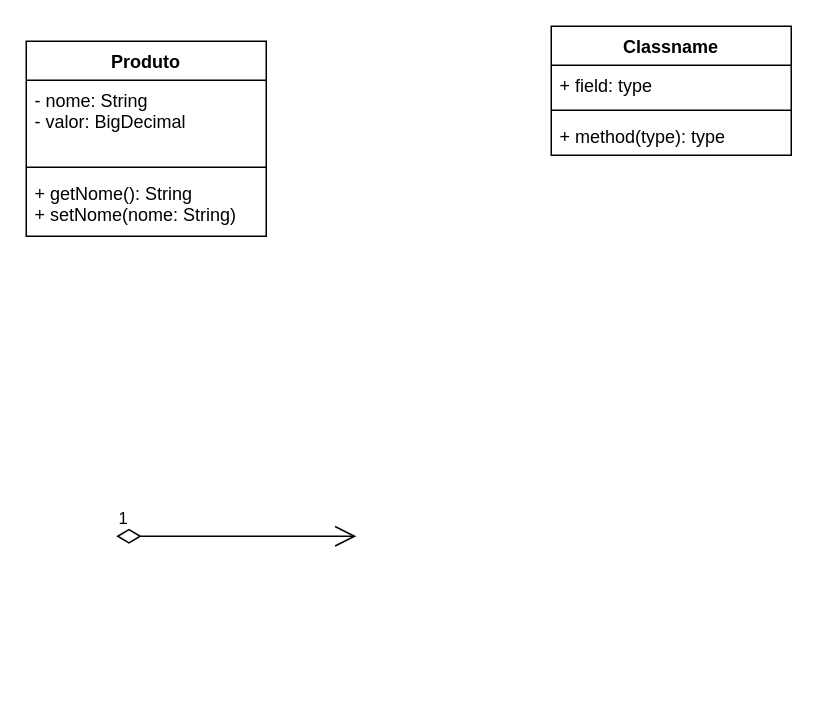
Earlier version of the draw.io diagram 20231218/exemploUML.drawio (prof-rodrigor/aps2023.2). Source tidied: cells renumbered, new cells numbered last; positions are measured from the earlier drawing's top-left corner, leaving out a move shared by most shapes. Both pictures are drawn from the tidied source at 150%, with x=0, y=0 at pixel (26, 26).
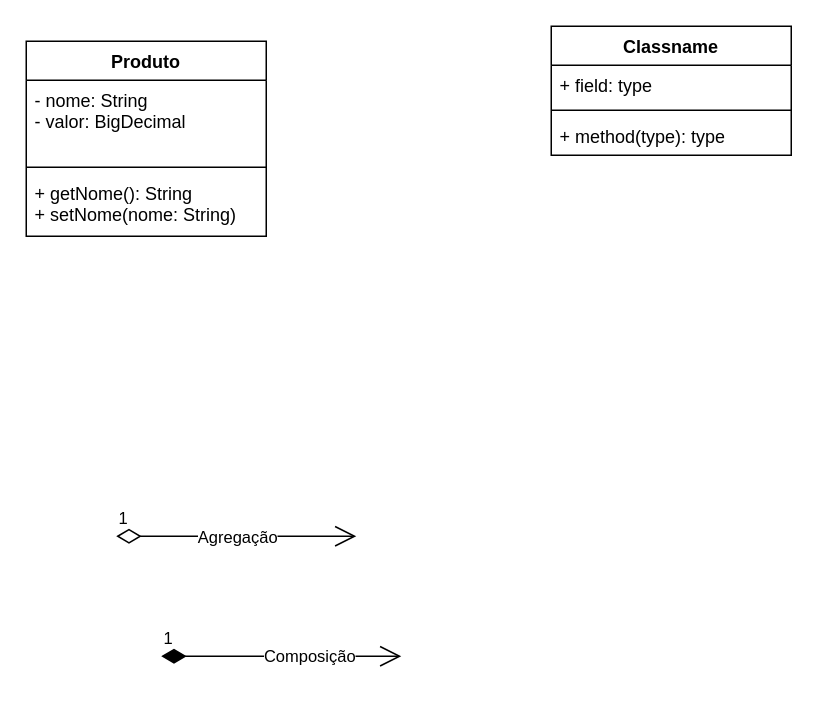
The same page after the edit.

Commit message (it also covers changes not shown here):
vault backup: 2023-12-18 08:55:57

What changed in the source:
```diff
@@
 <mxGraphModel>
   <root>
     <mxCell id="0" />
     <mxCell id="1" parent="0" />
     <mxCell id="2" value="Produto" style="swimlane;fontStyle=1;align=center;verticalAlign=top;horizontal=1;startSize=26;whiteSpace=wrap;html=1;" parent="1" vertex="1">
       <mxGeometry y="10" width="160" height="130" as="geometry" />
     </mxCell>
     <mxCell id="3" value="- nome: String&lt;br&gt;- valor: BigDecimal" style="text;strokeColor=none;fillColor=none;align=left;verticalAlign=top;spacingLeft=4;spacingRight=4;overflow=hidden;whiteSpace=wrap;html=1;" parent="2" vertex="1">
       <mxGeometry y="26" width="160" height="54" as="geometry" />
     </mxCell>
     <mxCell id="4" style="line;strokeWidth=1;fillColor=none;align=left;verticalAlign=middle;spacingTop=-1;spacingLeft=3;spacingRight=3;labelPosition=right;strokeColor=inherit;" parent="2" vertex="1">
       <mxGeometry y="80" width="160" height="8" as="geometry" />
     </mxCell>
     <mxCell id="5" value="+ getNome(): String&lt;br&gt;+ setNome(nome: String)" style="text;strokeColor=none;fillColor=none;align=left;verticalAlign=top;spacingLeft=4;spacingRight=4;overflow=hidden;whiteSpace=wrap;html=1;" parent="2" vertex="1">
       <mxGeometry y="88" width="160" height="42" as="geometry" />
     </mxCell>
     <mxCell id="6" value="Classname" style="swimlane;fontStyle=1;align=center;verticalAlign=top;horizontal=1;startSize=26;whiteSpace=wrap;html=1;" parent="1" vertex="1">
       <mxGeometry x="350" width="160" height="86" as="geometry" />
     </mxCell>
     <mxCell id="7" value="+ field: type" style="text;strokeColor=none;fillColor=none;align=left;verticalAlign=top;spacingLeft=4;spacingRight=4;overflow=hidden;whiteSpace=wrap;html=1;" parent="6" vertex="1">
       <mxGeometry y="26" width="160" height="26" as="geometry" />
     </mxCell>
     <mxCell id="8" style="line;strokeWidth=1;fillColor=none;align=left;verticalAlign=middle;spacingTop=-1;spacingLeft=3;spacingRight=3;labelPosition=right;strokeColor=inherit;" parent="6" vertex="1">
       <mxGeometry y="52" width="160" height="8" as="geometry" />
     </mxCell>
     <mxCell id="9" value="+ method(type): type" style="text;strokeColor=none;fillColor=none;align=left;verticalAlign=top;spacingLeft=4;spacingRight=4;overflow=hidden;whiteSpace=wrap;html=1;" parent="6" vertex="1">
       <mxGeometry y="60" width="160" height="26" as="geometry" />
     </mxCell>
     <mxCell id="10" value="1" style="endArrow=open;html=1;endSize=12;startArrow=diamondThin;startSize=14;startFill=0;edgeStyle=orthogonalEdgeStyle;align=left;verticalAlign=bottom;rounded=0;" parent="1" edge="1">
       <mxGeometry x="-1" y="3" relative="1" as="geometry">
         <mxPoint x="60" y="340" as="sourcePoint" />
         <mxPoint x="220" y="340" as="targetPoint" />
       </mxGeometry>
     </mxCell>
+    <mxCell id="11" value="Agregação" style="edgeLabel;html=1;align=center;verticalAlign=middle;" parent="10" vertex="1">
+      <mxGeometry relative="1" as="geometry" />
+    </mxCell>
+    <mxCell id="12" value="1" style="endArrow=open;html=1;endSize=12;startArrow=diamondThin;startSize=14;startFill=1;edgeStyle=orthogonalEdgeStyle;align=left;verticalAlign=bottom;rounded=0;" parent="1" edge="1">
+      <mxGeometry x="-1" y="3" relative="1" as="geometry">
+        <mxPoint x="90" y="420" as="sourcePoint" />
+        <mxPoint x="250" y="420" as="targetPoint" />
+      </mxGeometry>
+    </mxCell>
+    <mxCell id="13" value="Composição" style="edgeLabel;html=1;align=center;verticalAlign=middle;" parent="12" vertex="1">
+      <mxGeometry x="0.23" y="1" relative="1" as="geometry" />
+    </mxCell>
   </root>
 </mxGraphModel>
```
